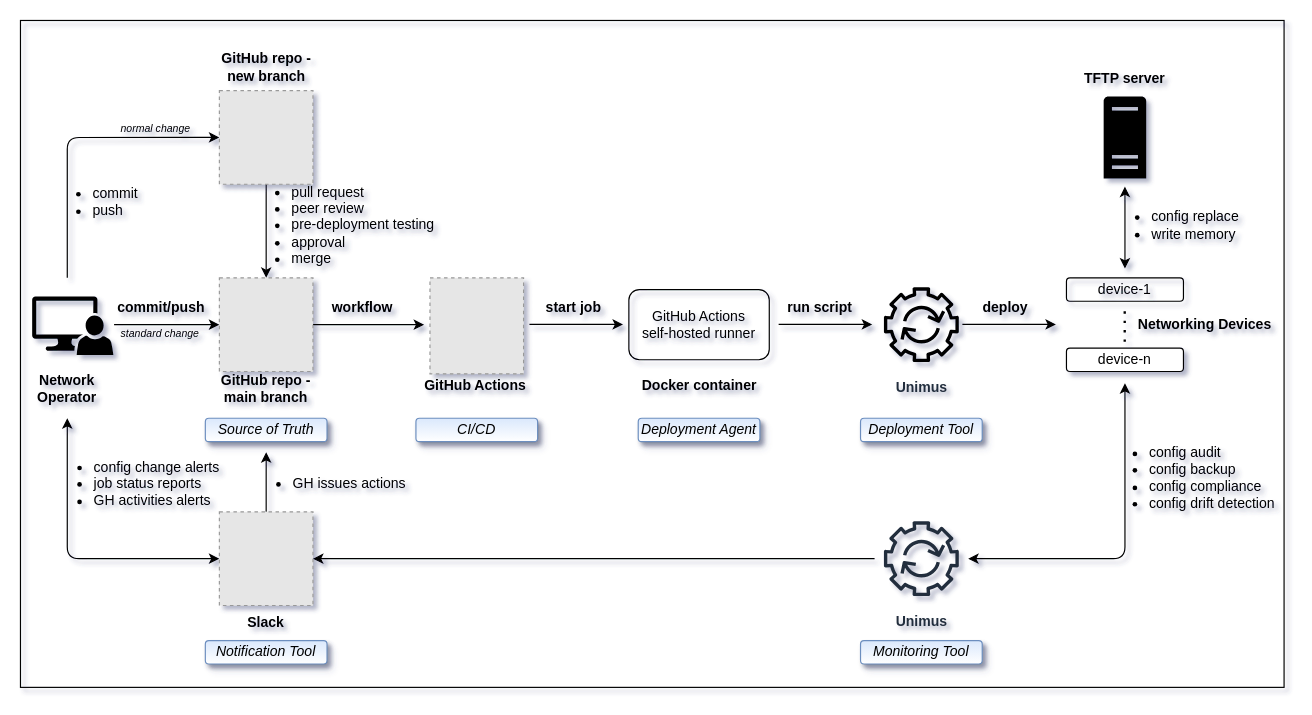
Earlier version of the draw.io diagram diagram-network-automation-github-actions.drawio (gdmoney/network-automation-github-actions). Source tidied: cells renumbered, new cells numbered last; positions are measured from the earlier drawing's top-left corner, leaving out a move shared by most shapes. Both pictures are drawn from the tidied source at 117%, with x=0, y=0 at pixel (20, 20). Pictures stored in the file or linked from it are replaced by grey dashed boxes.
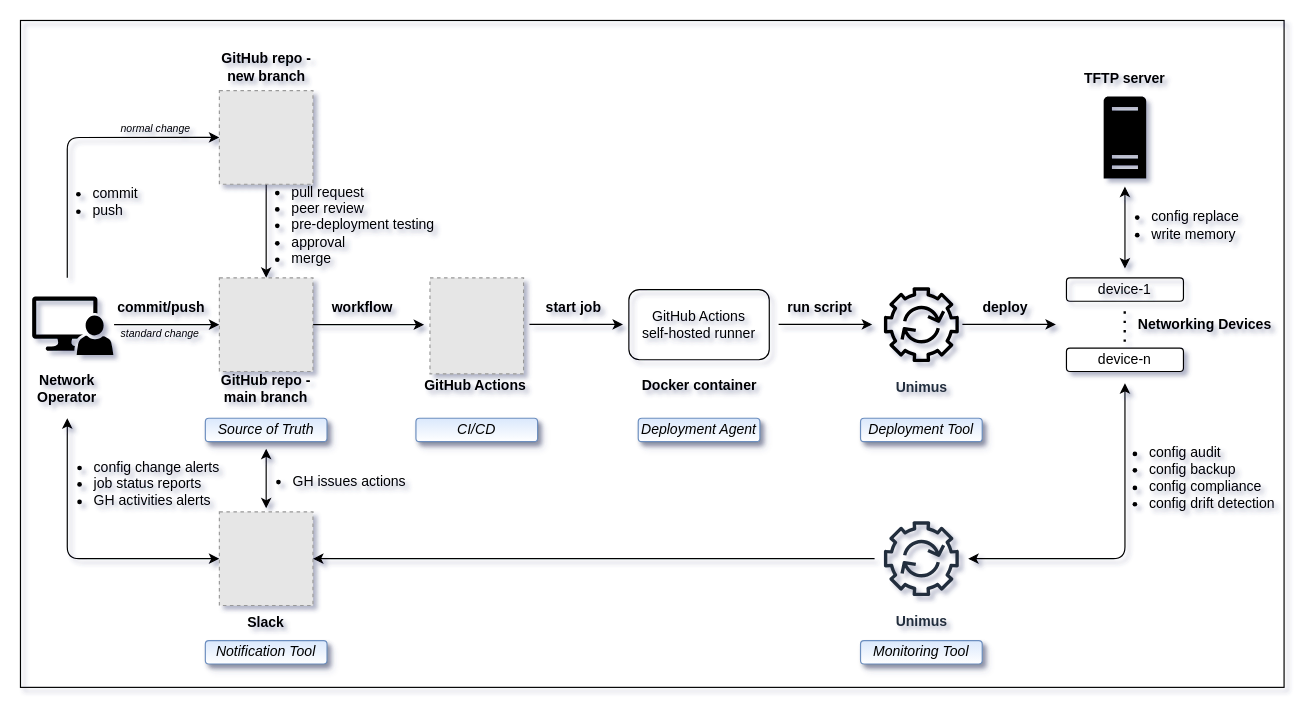
The same diagram, later.

The change refers to these unchanged cells:
```xml
<mxCell id="42" style="fillColor=#E6E6E6;strokeColor=#999999;dashed=1;html=1;verticalAlign=top;verticalLabelPosition=bottom;labelBackgroundColor=#ffffff;" parent="1" vertex="1">
  <mxGeometry x="170" y="420" width="80" height="80" as="geometry" />
</mxCell>
```

The edit, as a diff of the source:
```diff
@@
-    <mxCell id="41" style="edgeStyle=orthogonalEdgeStyle;rounded=0;jettySize=auto;html=1;" parent="1" edge="1" source="42">
+    <mxCell id="41" style="edgeStyle=orthogonalEdgeStyle;rounded=0;orthogonalLoop=1;jettySize=auto;html=1;startArrow=classic;startFill=1;" parent="1" edge="1">
       <mxGeometry relative="1" as="geometry">
-        <mxPoint x="210" y="369" as="targetPoint" />
+        <mxPoint x="210" y="417" as="sourcePoint" />
+        <mxPoint x="210" y="366" as="targetPoint" />
       </mxGeometry>
     </mxCell>
@@
     <mxCell id="53" value="&lt;ul&gt;&lt;li&gt;GH issues actions&lt;/li&gt;&lt;/ul&gt;" style="text;html=1;strokeColor=none;fillColor=none;align=left;verticalAlign=middle;whiteSpace=wrap;rounded=0;" parent="1" vertex="1">
-      <mxGeometry x="191" y="370" width="157" height="51" as="geometry" />
+      <mxGeometry x="191" y="368" width="157" height="51" as="geometry" />
     </mxCell>
```
